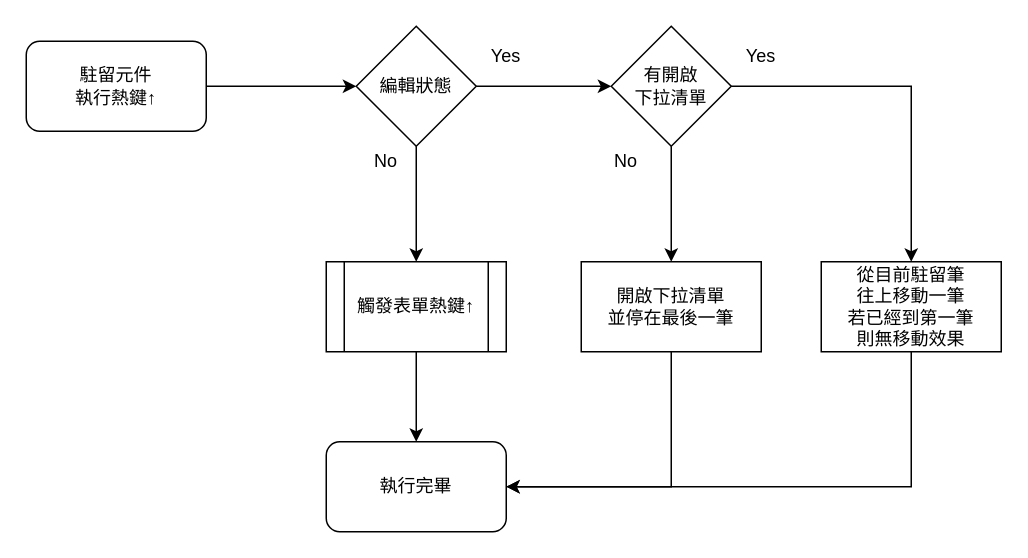
The draw.io diagram page "熱鍵↑" (9 of 14) of 8.10.0/RTE/SYSTEM/FORM/ctrl_dropListMultiCombo/diagram/不可輸入下拉複選元件.drawio in ArcareRD/sadocs, before the edit. Source tidied: cells renumbered, new cells numbered last; positions are measured from the earlier drawing's top-left corner, leaving out a move shared by most shapes. Both pictures are drawn from the tidied source at 150%, with x=0, y=0 at pixel (26, 26).
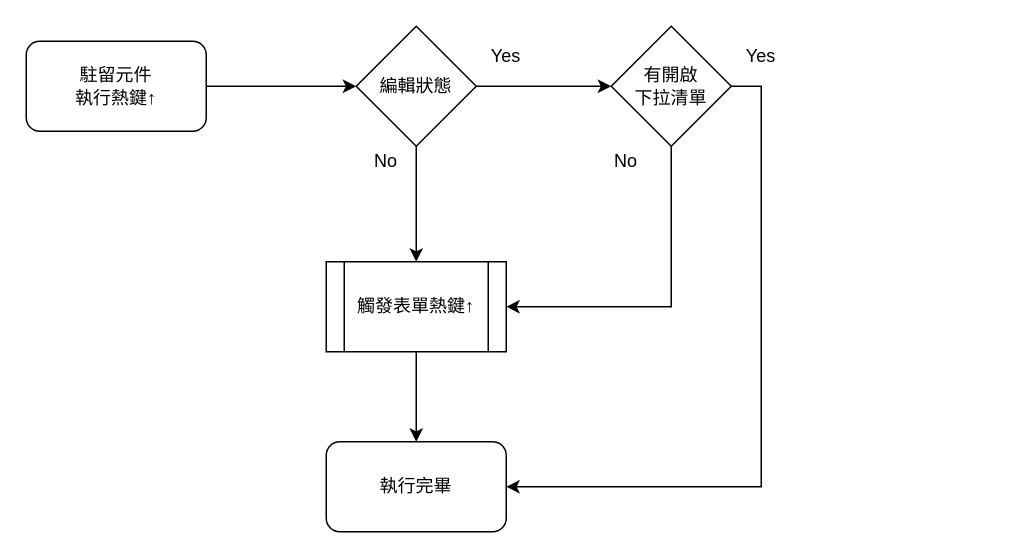
The same page after the edit.

The change refers to these unchanged cells:
```xml
<mxCell id="9" value="有開啟&lt;br&gt;下拉清單" style="rhombus;whiteSpace=wrap;html=1;" parent="1" vertex="1">
  <mxGeometry x="390" width="80" height="80" as="geometry" />
</mxCell>
<mxCell id="12" value="執行完畢" style="rounded=1;whiteSpace=wrap;html=1;" parent="1" vertex="1">
  <mxGeometry x="200" y="277" width="120" height="60" as="geometry" />
</mxCell>
<mxCell id="14" value="觸發表單熱鍵↑" style="shape=process;whiteSpace=wrap;html=1;backgroundOutline=1;" parent="1" vertex="1">
  <mxGeometry x="200" y="157" width="120" height="60" as="geometry" />
</mxCell>
```

Change to the diagram source:
```diff
@@
-    <mxCell id="7" style="edgeStyle=orthogonalEdgeStyle;rounded=0;jettySize=auto;html=1;exitX=1;exitY=0.5;exitDx=0;exitDy=0;" parent="1" edge="1" source="9" target="11">
+    <mxCell id="7" style="edgeStyle=orthogonalEdgeStyle;rounded=0;jettySize=auto;html=1;exitX=1;exitY=0.5;exitDx=0;exitDy=0;entryX=1;entryY=0.5;entryDx=0;entryDy=0;" parent="1" edge="1" source="9" target="12">
       <mxGeometry relative="1" as="geometry" />
     </mxCell>
-    <mxCell id="8" style="edgeStyle=orthogonalEdgeStyle;rounded=0;jettySize=auto;html=1;" parent="1" edge="1" source="9" target="20">
+    <mxCell id="8" style="edgeStyle=orthogonalEdgeStyle;rounded=0;jettySize=auto;html=1;entryX=1;entryY=0.5;entryDx=0;entryDy=0;exitX=0.5;exitY=1;exitDx=0;exitDy=0;" parent="1" edge="1" source="9" target="14">
       <mxGeometry relative="1" as="geometry" />
     </mxCell>
@@
-    <mxCell id="10" style="edgeStyle=orthogonalEdgeStyle;rounded=0;jettySize=auto;html=1;entryX=1;entryY=0.5;entryDx=0;entryDy=0;exitX=0.5;exitY=1;exitDx=0;exitDy=0;" parent="1" edge="1" source="11" target="12">
-      <mxGeometry relative="1" as="geometry" />
-    </mxCell>
-    <mxCell id="11" value="從目前駐留筆&lt;br&gt;往上移動一筆&lt;br&gt;若已經到第一筆&lt;br&gt;則無移動效果" style="whiteSpace=wrap;html=1;" parent="1" vertex="1">
-      <mxGeometry x="530" y="157" width="120" height="60" as="geometry" />
-    </mxCell>
@@
-    <mxCell id="19" style="edgeStyle=orthogonalEdgeStyle;rounded=0;jettySize=auto;html=1;entryX=1;entryY=0.5;entryDx=0;entryDy=0;exitX=0.5;exitY=1;exitDx=0;exitDy=0;" parent="1" edge="1" source="20" target="12">
-      <mxGeometry relative="1" as="geometry" />
-    </mxCell>
-    <mxCell id="20" value="開啟下拉清單&lt;br&gt;並停在最後一筆" style="whiteSpace=wrap;html=1;" parent="1" vertex="1">
-      <mxGeometry x="370" y="157" width="120" height="60" as="geometry" />
-    </mxCell>
```
